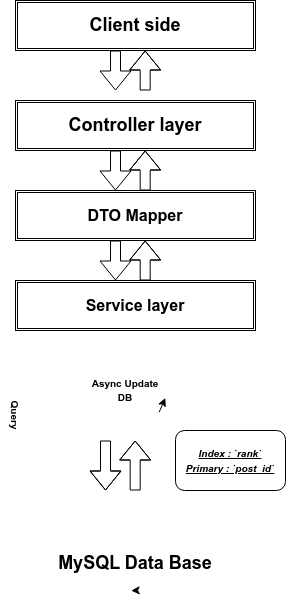
Before: art/diagram.png, a diagram exported from draw.io (YamtalDev/HackerNews-API). Source tidied: cells renumbered, new cells last; positions are measured from the earlier drawing's top-left corner, leaving out a move shared by most shapes.
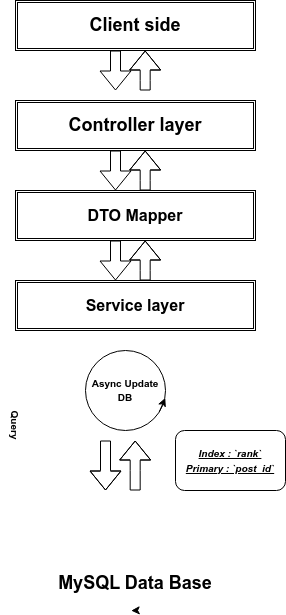
Above is the later version.

The edit, as a diff of the source:
```diff
@@ -13,8 +13,8 @@
     </mxCell>
     <mxCell id="5" style="shape=flexArrow;endArrow=classic;html=1;strokeColor=#FFFFFF;fillColor=default;rounded=0;" parent="1" edge="1">
       <mxGeometry relative="1" as="geometry">
-        <mxPoint x="49.7" y="490" as="sourcePoint" />
-        <mxPoint x="49.7" y="330" as="targetPoint" />
+        <mxPoint x="49.7" y="510" as="sourcePoint" />
+        <mxPoint x="49.7" y="350" as="targetPoint" />
       </mxGeometry>
     </mxCell>
     <mxCell id="6" style="shape=flexArrow;endArrow=classic;html=1;fillColor=default;rounded=0;" parent="1" edge="1">
@@ -39,24 +39,24 @@
     </mxCell>
     <mxCell id="8" style="shape=flexArrow;endArrow=classic;html=1;strokeColor=#FFFFFF;fillColor=default;rounded=0;" parent="1" edge="1">
       <mxGeometry relative="1" as="geometry">
-        <mxPoint x="80" y="330" as="sourcePoint" />
-        <mxPoint x="80" y="490" as="targetPoint" />
+        <mxPoint x="80" y="350" as="sourcePoint" />
+        <mxPoint x="80" y="510" as="targetPoint" />
       </mxGeometry>
     </mxCell>
     <mxCell id="9" value="&lt;b&gt;&lt;font style=&quot;font-size: 18px;&quot;&gt;MySQL Data Base&lt;/font&gt;&lt;/b&gt;" style="shape=datastore;whiteSpace=wrap;html=1;strokeColor=#FFFFFF;fillColor=default;rounded=0;" parent="1" vertex="1">
-      <mxGeometry x="30" y="510" width="240" height="80" as="geometry" />
+      <mxGeometry x="30" y="530" width="240" height="80" as="geometry" />
     </mxCell>
-    <mxCell id="10" value="&lt;font style=&quot;font-size: 10px;&quot;&gt;&lt;b&gt;Async Update&lt;br&gt;DB&lt;br&gt;&lt;/b&gt;&lt;/font&gt;" style="ellipse;whiteSpace=wrap;html=1;fontSize=11;strokeColor=#FFFFFF;gradientColor=none;rounded=0;" parent="1" vertex="1">
+    <mxCell id="10" value="&lt;font style=&quot;font-size: 10px;&quot;&gt;&lt;b&gt;Async Update&lt;br&gt;DB&lt;br&gt;&lt;/b&gt;&lt;/font&gt;" style="ellipse;whiteSpace=wrap;html=1;fontSize=11;rounded=0;perimeterSpacing=0;shadow=0;fillColor=none;" parent="1" vertex="1">
       <mxGeometry x="100" y="350" width="80" height="80" as="geometry" />
     </mxCell>
     <mxCell id="11" style="endArrow=classic;html=1;fontSize=11;exitX=0.921;exitY=0.771;exitDx=0;exitDy=0;exitPerimeter=0;entryX=0.997;entryY=0.593;entryDx=0;entryDy=0;entryPerimeter=0;rounded=0;" parent="1" edge="1" source="10" target="10">
       <mxGeometry relative="1" as="geometry" />
     </mxCell>
-    <mxCell id="12" style="edgeStyle=none;html=1;exitX=0.5;exitY=1;exitDx=0;exitDy=0;entryX=0.482;entryY=1.002;entryDx=0;entryDy=0;entryPerimeter=0;fontSize=10;rounded=0;" parent="1" edge="1" source="9" target="9">
+    <mxCell id="12" style="edgeStyle=none;html=1;exitX=0.5;exitY=1;exitDx=0;exitDy=0;entryX=0.482;entryY=1.002;entryDx=0;entryDy=0;entryPerimeter=0;fontSize=10;curved=1;" parent="1" edge="1" source="9" target="9">
       <mxGeometry relative="1" as="geometry" />
     </mxCell>
     <mxCell id="13" value="&lt;b&gt;Query&lt;/b&gt;" style="text;html=1;strokeColor=none;fillColor=none;align=center;verticalAlign=middle;whiteSpace=wrap;rounded=0;fontSize=10;rotation=90;" parent="1" vertex="1">
-      <mxGeometry y="400" width="60" height="30" as="geometry" />
+      <mxGeometry y="410" width="60" height="30" as="geometry" />
     </mxCell>
     <mxCell id="14" style="shape=flexArrow;endArrow=classic;html=1;fillColor=default;rounded=0;" parent="1" edge="1">
       <mxGeometry relative="1" as="geometry">
@@ -109,7 +109,7 @@
     <mxCell id="20" value="&lt;font size=&quot;3&quot;&gt;&lt;b&gt;Service layer&lt;/b&gt;&lt;/font&gt;" style="shape=ext;double=1;rounded=0;whiteSpace=wrap;html=1;" parent="1" vertex="1">
       <mxGeometry x="30" y="280" width="240" height="50" as="geometry" />
     </mxCell>
-    <mxCell id="21" value="&lt;i style=&quot;font-size: 10px; font-weight: 700; text-align: left;&quot;&gt;&lt;u&gt;Index : `rank`&lt;br&gt;&lt;/u&gt;&lt;/i&gt;&lt;u style=&quot;font-size: 10px; font-weight: 700; text-align: left;&quot;&gt;&lt;i&gt;Primary : `post_id`&lt;/i&gt;&lt;/u&gt;" style="rounded=1;whiteSpace=wrap;html=1;" parent="1" vertex="1">
+    <mxCell id="21" value="&lt;i style=&quot;font-size: 10px; font-weight: 700; text-align: left;&quot;&gt;&lt;u&gt;Index : `rank`&lt;br&gt;&lt;/u&gt;&lt;/i&gt;&lt;u style=&quot;font-size: 10px; font-weight: 700; text-align: left;&quot;&gt;&lt;i&gt;Primary : `post_id`&lt;/i&gt;&lt;/u&gt;" style="rounded=1;whiteSpace=wrap;html=1;fillColor=none;" parent="1" vertex="1">
       <mxGeometry x="190" y="430" width="110" height="60" as="geometry" />
     </mxCell>
   </root>
```
